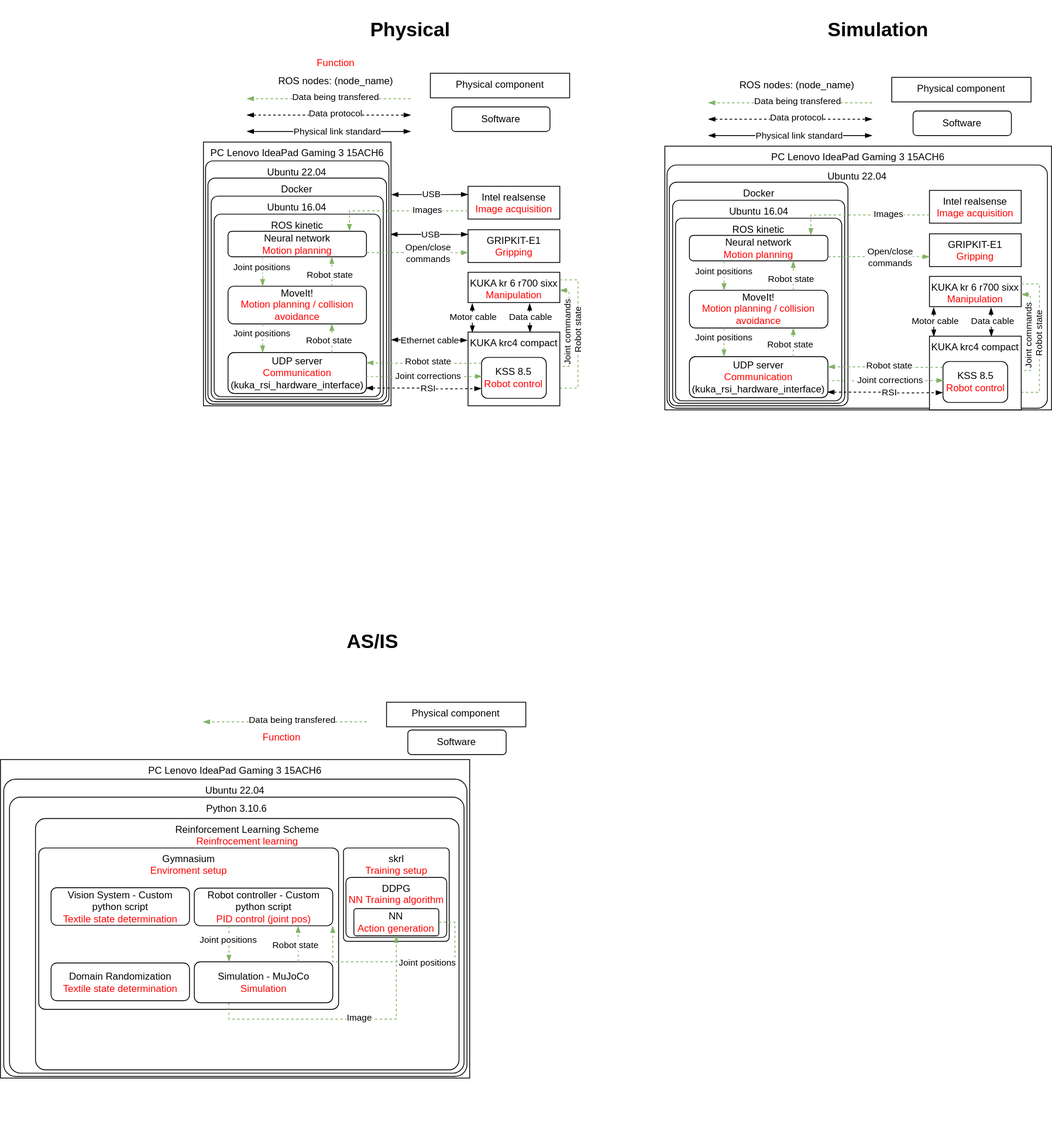
Above: system_architecture.drawio.svg in kasperfg16/p8_sewbot (draw.io), before the change. Source tidied: cells renumbered, new cells last; positions are measured from the earlier drawing's top-left corner, leaving out a move shared by most shapes.
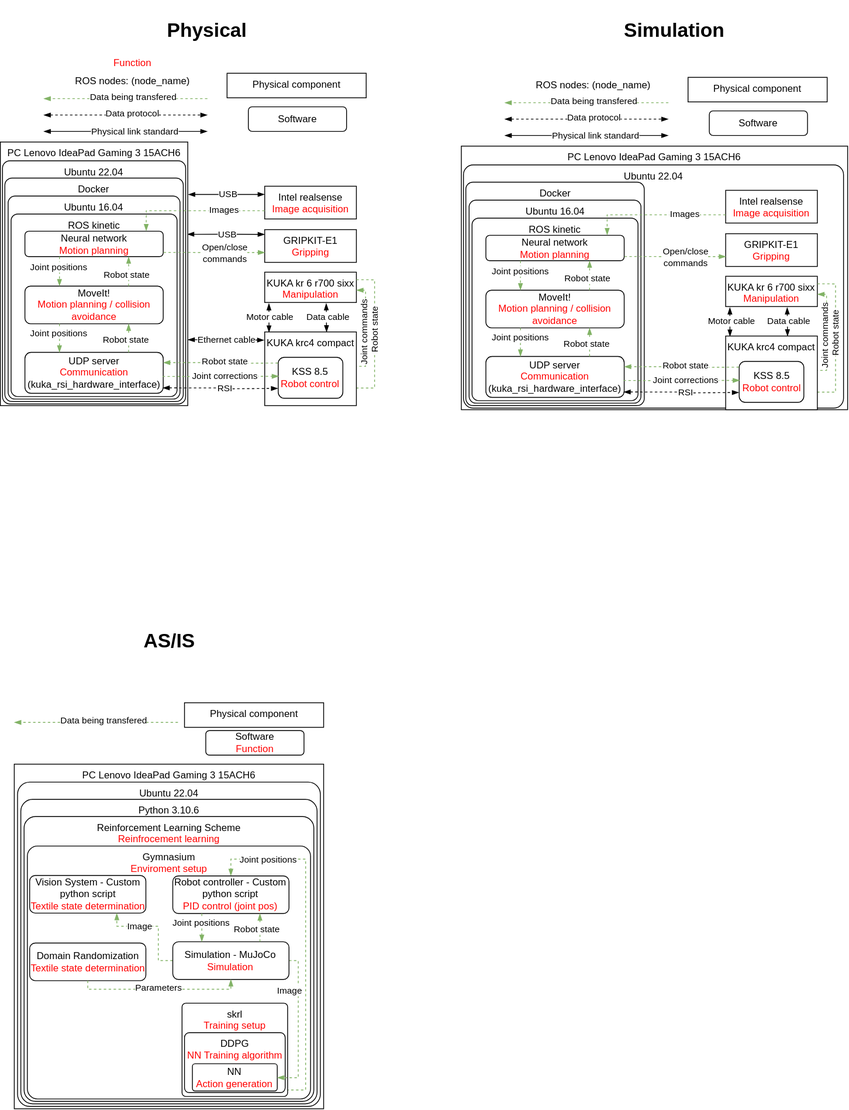
Later version of the same file.

The edit, as a diff of the source:
```diff
@@ -457,15 +457,15 @@
       <mxGeometry x="1000" width="141" height="73" as="geometry" />
     </mxCell>
     <mxCell id="110" value="PC&amp;nbsp;Lenovo IdeaPad Gaming 3 15ACH6" style="rounded=0;whiteSpace=wrap;html=1;verticalAlign=top;" parent="1" vertex="1">
-      <mxGeometry y="927" width="572.7" height="389" as="geometry" />
+      <mxGeometry x="264.8" y="933" width="378" height="421" as="geometry" />
     </mxCell>
     <mxCell id="111" value="Ubuntu 22.04" style="rounded=1;whiteSpace=wrap;html=1;verticalAlign=top;arcSize=4;" parent="1" vertex="1">
-      <mxGeometry x="4" y="951" width="565.4" height="363" as="geometry" />
+      <mxGeometry x="268.8" y="955" width="370" height="396" as="geometry" />
     </mxCell>
     <mxCell id="112" style="edgeStyle=orthogonalEdgeStyle;rounded=0;orthogonalLoop=1;jettySize=auto;html=1;exitX=0;exitY=0.25;exitDx=0;exitDy=0;dashed=1;endArrow=blockThin;endFill=1;startArrow=none;startFill=0;fillColor=#d5e8d4;strokeColor=#82b366;entryX=1;entryY=0.25;entryDx=0;entryDy=0;" parent="1" edge="1">
       <mxGeometry relative="1" as="geometry">
-        <mxPoint x="447.3" y="881" as="sourcePoint" />
-        <mxPoint x="247.3" y="881" as="targetPoint" />
+        <mxPoint x="464.8" y="882" as="sourcePoint" />
+        <mxPoint x="264.8" y="882" as="targetPoint" />
       </mxGeometry>
     </mxCell>
     <mxCell id="113" value="Data being transfered" style="edgeLabel;html=1;align=center;verticalAlign=middle;" parent="112" vertex="1">
@@ -474,73 +474,91 @@
       </mxGeometry>
     </mxCell>
     <mxCell id="114" style="group;" parent="1" vertex="1">
-      <mxGeometry x="471.3" y="857" width="170" height="30" as="geometry" />
+      <mxGeometry x="472.8" y="858" width="170" height="30" as="geometry" />
     </mxCell>
     <mxCell id="115" value="Physical component" style="rounded=0;whiteSpace=wrap;html=1;verticalAlign=top;" parent="114" vertex="1">
       <mxGeometry width="170" height="30" as="geometry" />
     </mxCell>
-    <mxCell id="116" value="Software" style="rounded=1;whiteSpace=wrap;html=1;" parent="1" vertex="1">
-      <mxGeometry x="497.3" y="891" width="120" height="30" as="geometry" />
+    <mxCell id="116" value="Software&lt;br&gt;&lt;font color=&quot;#ff0000&quot;&gt;Function&lt;/font&gt;" style="rounded=1;whiteSpace=wrap;html=1;" parent="1" vertex="1">
+      <mxGeometry x="498.8" y="892" width="120" height="30" as="geometry" />
     </mxCell>
     <mxCell id="117" value="Python 3.10.6" style="rounded=1;whiteSpace=wrap;html=1;verticalAlign=top;arcSize=4;" parent="1" vertex="1">
-      <mxGeometry x="11" y="973" width="554.9" height="337" as="geometry" />
+      <mxGeometry x="272.8" y="976" width="362" height="372" as="geometry" />
     </mxCell>
     <mxCell id="118" value="&lt;h1&gt;AS/IS&lt;/h1&gt;" style="text;html=1;align=center;verticalAlign=middle;strokeColor=none;fillColor=none;" parent="1" vertex="1">
       <mxGeometry x="413.3" y="746" width="81" height="73" as="geometry" />
     </mxCell>
-    <mxCell id="119" value="&lt;font color=&quot;#ff0000&quot;&gt;Function&lt;/font&gt;" style="text;html=1;align=center;verticalAlign=middle;strokeColor=none;fillColor=none;" parent="1" vertex="1">
-      <mxGeometry x="311" y="887" width="64" height="26" as="geometry" />
-    </mxCell>
-    <mxCell id="120" style="group;" parent="1" vertex="1">
-      <mxGeometry x="257.7" y="918" width="315" height="477" as="geometry" />
-    </mxCell>
-    <mxCell id="121" value="Reinforcement Learning Scheme&lt;br&gt;&lt;font color=&quot;#ff0000&quot;&gt;Reinfrocement learning&lt;/font&gt;" style="rounded=1;whiteSpace=wrap;html=1;verticalAlign=top;arcSize=4;" parent="120" vertex="1">
-      <mxGeometry x="-215" y="81" width="517" height="307" as="geometry" />
+    <mxCell id="121" value="Reinforcement Learning Scheme&lt;br&gt;&lt;font color=&quot;#ff0000&quot;&gt;Reinfrocement learning&lt;/font&gt;" style="rounded=1;whiteSpace=wrap;html=1;verticalAlign=top;arcSize=4;" parent="1" vertex="1">
+      <mxGeometry x="276.8" y="997" width="354" height="348" as="geometry" />
     </mxCell>
+    <mxCell id="125" value="Gymnasium&lt;br&gt;&lt;font color=&quot;#ff0000&quot;&gt;Enviroment setup&lt;/font&gt;" style="rounded=1;whiteSpace=wrap;html=1;horizontal=1;verticalAlign=top;arcSize=4;" parent="1" vertex="1">
+      <mxGeometry x="280.8" y="1033" width="346" height="309" as="geometry" />
+    </mxCell>
+    <mxCell id="126" style="edgeStyle=orthogonalEdgeStyle;rounded=0;jettySize=auto;html=1;exitX=1;exitY=0.75;exitDx=0;exitDy=0;dashed=1;endArrow=blockThin;endFill=1;startArrow=none;startFill=0;fillColor=#d5e8d4;strokeColor=#82b366;entryX=0.5;entryY=0;entryDx=0;entryDy=0;" parent="1" edge="1" source="124" target="131">
+      <mxGeometry relative="1" as="geometry">
+        <Array as="points">
+          <mxPoint x="585.8" y="1331" />
+          <mxPoint x="620.8" y="1331" />
+          <mxPoint x="620.8" y="1049" />
+          <mxPoint x="529.8" y="1049" />
+        </Array>
+      </mxGeometry>
+    </mxCell>
+    <mxCell id="127" value="Joint positions" style="edgeLabel;html=1;align=center;verticalAlign=middle;" parent="126" vertex="1">
+      <mxGeometry x="0.11" y="1" relative="1" as="geometry">
+        <mxPoint x="-45" y="-81" as="offset" />
+      </mxGeometry>
+    </mxCell>
+    <mxCell id="137" value="Vision System - Custom python script&lt;br&gt;&lt;font color=&quot;#ff0000&quot;&gt;Textile state determination&lt;/font&gt;" style="rounded=1;whiteSpace=wrap;html=1;" parent="1" vertex="1">
+      <mxGeometry x="283.6" y="1069" width="142" height="46" as="geometry" />
+    </mxCell>
+    <mxCell id="138" value="Domain Randomization&lt;br&gt;&lt;font color=&quot;#ff0000&quot;&gt;Textile state determination&lt;/font&gt;" style="rounded=1;whiteSpace=wrap;html=1;" parent="1" vertex="1">
+      <mxGeometry x="283.6" y="1151.5" width="142" height="46" as="geometry" />
+    </mxCell>
+    <mxCell id="139" style="edgeStyle=orthogonalEdgeStyle;rounded=0;jettySize=auto;html=1;exitX=0;exitY=0.5;exitDx=0;exitDy=0;dashed=1;endArrow=blockThin;endFill=1;startArrow=none;startFill=0;fillColor=#d5e8d4;strokeColor=#82b366;entryX=0.75;entryY=1;entryDx=0;entryDy=0;" parent="1" edge="1" source="132" target="137">
+      <mxGeometry relative="1" as="geometry">
+        <Array as="points">
+          <mxPoint x="440.8" y="1173" />
+          <mxPoint x="440.8" y="1131" />
+          <mxPoint x="389.8" y="1131" />
+        </Array>
+      </mxGeometry>
+    </mxCell>
+    <mxCell id="140" value="Image" style="edgeLabel;html=1;align=center;verticalAlign=middle;" parent="139" vertex="1">
+      <mxGeometry x="0.11" y="1" relative="1" as="geometry">
+        <mxPoint x="-13" y="-1" as="offset" />
+      </mxGeometry>
+    </mxCell>
-    <mxCell id="122" value="skrl&lt;br&gt;&lt;font color=&quot;#ff0000&quot;&gt;Training setup&lt;/font&gt;" style="rounded=1;whiteSpace=wrap;html=1;horizontal=1;verticalAlign=top;arcSize=4;" parent="120" vertex="1">
-      <mxGeometry x="161" y="117" width="129" height="114" as="geometry" />
+    <mxCell id="122" value="skrl&lt;br&gt;&lt;font color=&quot;#ff0000&quot;&gt;Training setup&lt;/font&gt;" style="rounded=1;whiteSpace=wrap;html=1;horizontal=1;verticalAlign=top;arcSize=4;" parent="1" vertex="1">
+      <mxGeometry x="469.8" y="1225" width="129" height="114" as="geometry" />
     </mxCell>
-    <mxCell id="123" value="DDPG&lt;br&gt;&lt;font color=&quot;#ff0000&quot;&gt;NN Training algorithm&lt;/font&gt;" style="rounded=1;whiteSpace=wrap;html=1;horizontal=1;verticalAlign=top;arcSize=8;" parent="120" vertex="1">
-      <mxGeometry x="164" y="153" width="123" height="73.3" as="geometry" />
+    <mxCell id="123" value="DDPG&lt;br&gt;&lt;font color=&quot;#ff0000&quot;&gt;NN Training algorithm&lt;/font&gt;" style="rounded=1;whiteSpace=wrap;html=1;horizontal=1;verticalAlign=top;arcSize=8;" parent="1" vertex="1">
+      <mxGeometry x="472.8" y="1261" width="123" height="73.3" as="geometry" />
     </mxCell>
-    <mxCell id="124" value="NN&lt;br&gt;&lt;font color=&quot;#ff0000&quot;&gt;Action generation&lt;/font&gt;" style="rounded=1;whiteSpace=wrap;html=1;arcSize=10;" parent="120" vertex="1">
-      <mxGeometry x="173.7" y="191" width="103.7" height="33.3" as="geometry" />
+    <mxCell id="124" value="NN&lt;br&gt;&lt;font color=&quot;#ff0000&quot;&gt;Action generation&lt;/font&gt;" style="rounded=1;whiteSpace=wrap;html=1;arcSize=10;" parent="1" vertex="1">
+      <mxGeometry x="482.4" y="1299" width="103.7" height="33.3" as="geometry" />
     </mxCell>
-    <mxCell id="125" value="Gymnasium&lt;br&gt;&lt;font color=&quot;#ff0000&quot;&gt;Enviroment setup&lt;/font&gt;" style="rounded=1;whiteSpace=wrap;html=1;horizontal=1;verticalAlign=top;arcSize=4;" parent="120" vertex="1">
-      <mxGeometry x="-211" y="117" width="366" height="197" as="geometry" />
-    </mxCell>
-    <mxCell id="126" style="edgeStyle=orthogonalEdgeStyle;rounded=0;jettySize=auto;html=1;exitX=1;exitY=0.5;exitDx=0;exitDy=0;dashed=1;endArrow=blockThin;endFill=1;startArrow=none;startFill=0;fillColor=#d5e8d4;strokeColor=#82b366;entryX=1;entryY=1;entryDx=0;entryDy=0;" parent="120" edge="1" source="124" target="131">
-      <mxGeometry relative="1" as="geometry">
-        <Array as="points">
-          <mxPoint x="297" y="208" />
-          <mxPoint x="297" y="256" />
-          <mxPoint x="148" y="256" />
-        </Array>
-      </mxGeometry>
-    </mxCell>
-    <mxCell id="127" value="Joint positions" style="edgeLabel;html=1;align=center;verticalAlign=middle;" parent="126" vertex="1">
-      <mxGeometry x="0.11" y="1" relative="1" as="geometry">
-        <mxPoint x="43" as="offset" />
-      </mxGeometry>
-    </mxCell>
-    <mxCell id="128" style="edgeStyle=orthogonalEdgeStyle;rounded=0;jettySize=auto;html=1;exitX=0.25;exitY=1;exitDx=0;exitDy=0;dashed=1;endArrow=blockThin;endFill=1;startArrow=none;startFill=0;fillColor=#d5e8d4;strokeColor=#82b366;entryX=0.5;entryY=1;entryDx=0;entryDy=0;" parent="120" edge="1" source="132" target="124">
-      <mxGeometry relative="1" as="geometry" />
+    <mxCell id="128" style="edgeStyle=orthogonalEdgeStyle;rounded=0;jettySize=auto;html=1;exitX=1;exitY=0.5;exitDx=0;exitDy=0;dashed=1;endArrow=blockThin;endFill=1;startArrow=none;startFill=0;fillColor=#d5e8d4;strokeColor=#82b366;entryX=1;entryY=0.5;entryDx=0;entryDy=0;" parent="1" edge="1" source="132" target="124">
+      <mxGeometry relative="1" as="geometry">
+        <Array as="points">
+          <mxPoint x="611.8" y="1173" />
+          <mxPoint x="611.8" y="1316" />
+          <mxPoint x="585.8" y="1316" />
+        </Array>
+      </mxGeometry>
     </mxCell>
     <mxCell id="129" value="Image" style="edgeLabel;html=1;align=center;verticalAlign=middle;" parent="128" vertex="1">
       <mxGeometry x="0.11" y="1" relative="1" as="geometry">
-        <mxPoint x="-3" y="-1" as="offset" />
+        <mxPoint x="-12" y="-53" as="offset" />
       </mxGeometry>
     </mxCell>
-    <mxCell id="130" style="group;" parent="120" vertex="1">
-      <mxGeometry x="-224" y="117" width="379" height="304" as="geometry" />
-    </mxCell>
-    <mxCell id="131" value="Robot controller - Custom python script&lt;br&gt;&lt;font color=&quot;#ff0000&quot;&gt;PID control (joint pos)&lt;/font&gt;" style="rounded=1;whiteSpace=wrap;html=1;" parent="130" vertex="1">
-      <mxGeometry x="202.9" y="49" width="169" height="46" as="geometry" />
+    <mxCell id="131" value="Robot controller - Custom python script&lt;br&gt;&lt;font color=&quot;#ff0000&quot;&gt;PID control (joint pos)&lt;/font&gt;" style="rounded=1;whiteSpace=wrap;html=1;" parent="1" vertex="1">
+      <mxGeometry x="458.4" y="1069.5" width="142" height="46" as="geometry" />
     </mxCell>
-    <mxCell id="132" value="Simulation - MuJoCo&lt;br&gt;&lt;font color=&quot;#ff0000&quot;&gt;Simulation&lt;/font&gt;" style="rounded=1;whiteSpace=wrap;html=1;" parent="130" vertex="1">
-      <mxGeometry x="202.9" y="139" width="169" height="50" as="geometry" />
+    <mxCell id="132" value="Simulation - MuJoCo&lt;br&gt;&lt;font color=&quot;#ff0000&quot;&gt;Simulation&lt;/font&gt;" style="rounded=1;whiteSpace=wrap;html=1;" parent="1" vertex="1">
+      <mxGeometry x="458.4" y="1150" width="142" height="46" as="geometry" />
     </mxCell>
-    <mxCell id="133" style="edgeStyle=orthogonalEdgeStyle;rounded=0;jettySize=auto;html=1;exitX=0.75;exitY=0;exitDx=0;exitDy=0;dashed=1;endArrow=blockThin;endFill=1;startArrow=none;startFill=0;fillColor=#d5e8d4;strokeColor=#82b366;entryX=0.75;entryY=1;entryDx=0;entryDy=0;" parent="130" edge="1" source="132" target="131">
+    <mxCell id="133" style="edgeStyle=orthogonalEdgeStyle;rounded=0;jettySize=auto;html=1;exitX=0.75;exitY=0;exitDx=0;exitDy=0;dashed=1;endArrow=blockThin;endFill=1;startArrow=none;startFill=0;fillColor=#d5e8d4;strokeColor=#82b366;entryX=0.75;entryY=1;entryDx=0;entryDy=0;" parent="1" edge="1" source="132" target="131">
       <mxGeometry relative="1" as="geometry" />
     </mxCell>
     <mxCell id="134" value="Robot state" style="edgeLabel;html=1;align=center;verticalAlign=middle;" parent="133" vertex="1">
@@ -548,7 +566,7 @@
         <mxPoint x="-3" y="4" as="offset" />
       </mxGeometry>
     </mxCell>
-    <mxCell id="135" style="edgeStyle=orthogonalEdgeStyle;rounded=0;jettySize=auto;html=1;exitX=0.25;exitY=1;exitDx=0;exitDy=0;dashed=1;endArrow=blockThin;endFill=1;startArrow=none;startFill=0;fillColor=#d5e8d4;strokeColor=#82b366;entryX=0.25;entryY=0;entryDx=0;entryDy=0;" parent="130" edge="1" source="131" target="132">
+    <mxCell id="135" style="edgeStyle=orthogonalEdgeStyle;rounded=0;jettySize=auto;html=1;exitX=0.25;exitY=1;exitDx=0;exitDy=0;dashed=1;endArrow=blockThin;endFill=1;startArrow=none;startFill=0;fillColor=#d5e8d4;strokeColor=#82b366;entryX=0.25;entryY=0;entryDx=0;entryDy=0;" parent="1" edge="1" source="131" target="132">
       <mxGeometry relative="1" as="geometry" />
     </mxCell>
     <mxCell id="136" value="Joint positions" style="edgeLabel;html=1;align=center;verticalAlign=middle;" parent="135" vertex="1">
@@ -556,11 +574,18 @@
         <mxPoint x="-2" y="-8" as="offset" />
       </mxGeometry>
     </mxCell>
-    <mxCell id="137" value="Vision System - Custom python script&lt;br&gt;&lt;font color=&quot;#ff0000&quot;&gt;Textile state determination&lt;/font&gt;" style="rounded=1;whiteSpace=wrap;html=1;" parent="120" vertex="1">
-      <mxGeometry x="-196" y="165.5" width="169" height="46" as="geometry" />
-    </mxCell>
-    <mxCell id="138" value="Domain Randomization&lt;br&gt;&lt;font color=&quot;#ff0000&quot;&gt;Textile state determination&lt;/font&gt;" style="rounded=1;whiteSpace=wrap;html=1;" parent="120" vertex="1">
-      <mxGeometry x="-196" y="257.5" width="169" height="46" as="geometry" />
-    </mxCell>
+    <mxCell id="141" style="edgeStyle=orthogonalEdgeStyle;rounded=0;jettySize=auto;html=1;exitX=0.5;exitY=1;exitDx=0;exitDy=0;dashed=1;endArrow=blockThin;endFill=1;startArrow=none;startFill=0;fillColor=#d5e8d4;strokeColor=#82b366;entryX=0.5;entryY=1;entryDx=0;entryDy=0;" parent="1" edge="1" source="138" target="132">
+      <mxGeometry relative="1" as="geometry">
+        <Array as="points">
+          <mxPoint x="354.8" y="1208" />
+          <mxPoint x="529.8" y="1208" />
+        </Array>
+      </mxGeometry>
+    </mxCell>
+    <mxCell id="142" value="Parameters" style="edgeLabel;html=1;align=center;verticalAlign=middle;" parent="141" vertex="1">
+      <mxGeometry x="0.11" y="1" relative="1" as="geometry">
+        <mxPoint x="-13" y="-1" as="offset" />
+      </mxGeometry>
+    </mxCell>
   </root>
 </mxGraphModel>
```
